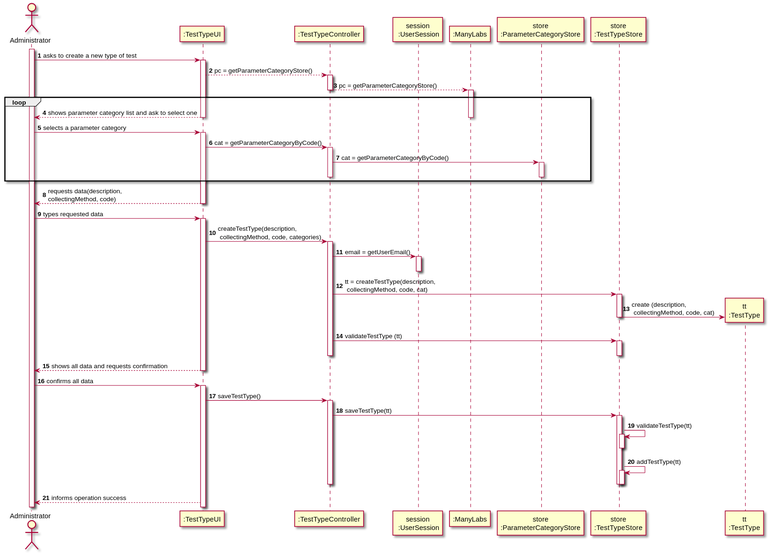
Before: docs/SprintB/US9_CreateTestType/US009_SD_v2.svg, a diagram exported from PlantUML (Pedromaia26/LAPR2-ISEP).
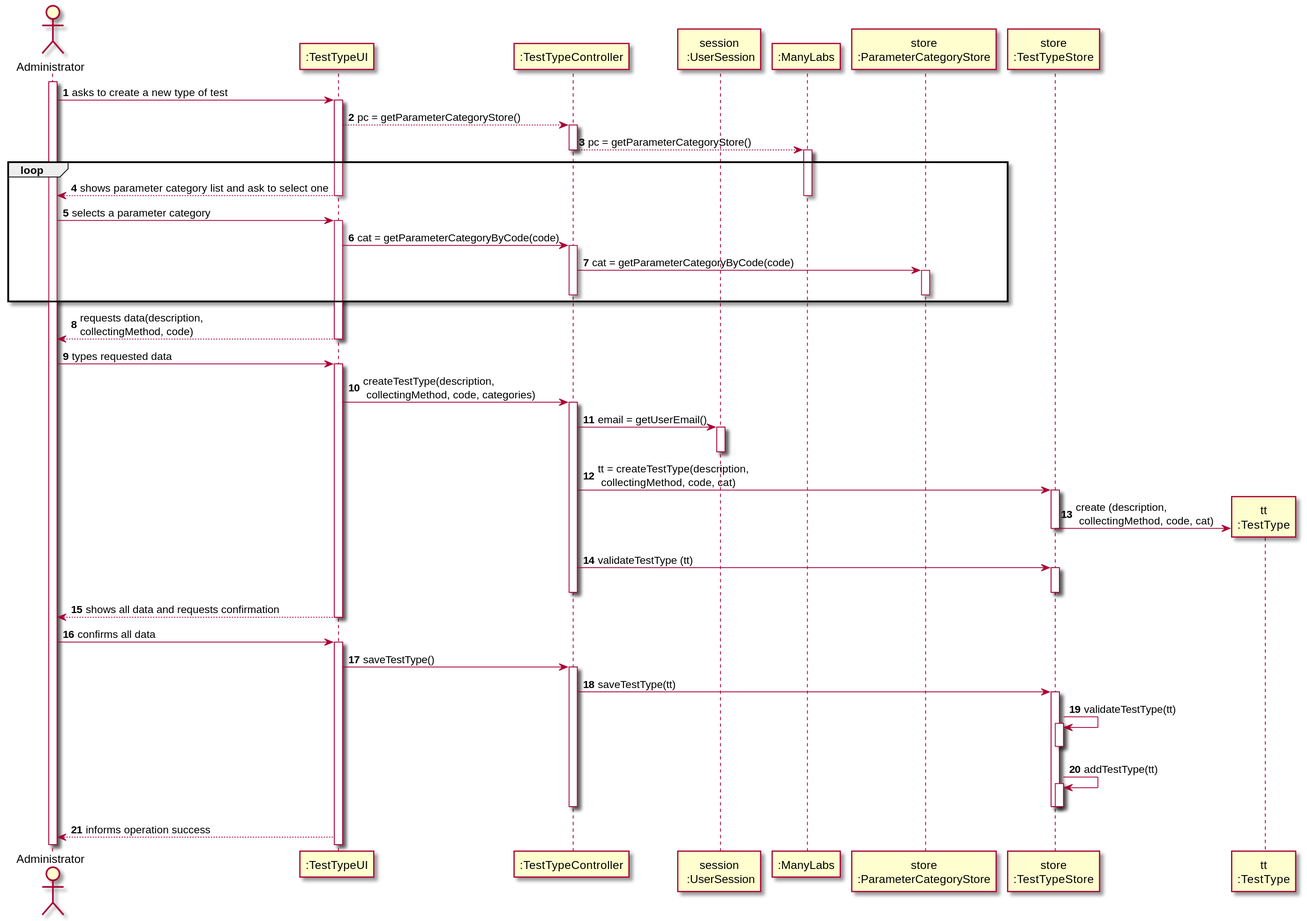
Later version of the same file.

Diff of the diagram source:
```diff
@@ -28,9 +28,9 @@
 
 Adm -> UI: selects a parameter category
 activate UI
-UI -> TTC: cat = getParameterCategoryByCode()
+UI -> TTC: cat = getParameterCategoryByCode(code)
 activate TTC
-TTC -> PCS: cat = getParameterCategoryByCode()
+TTC -> PCS: cat = getParameterCategoryByCode(code)
 activate PCS
 deactivate TTC
 deactivate PCS
```
